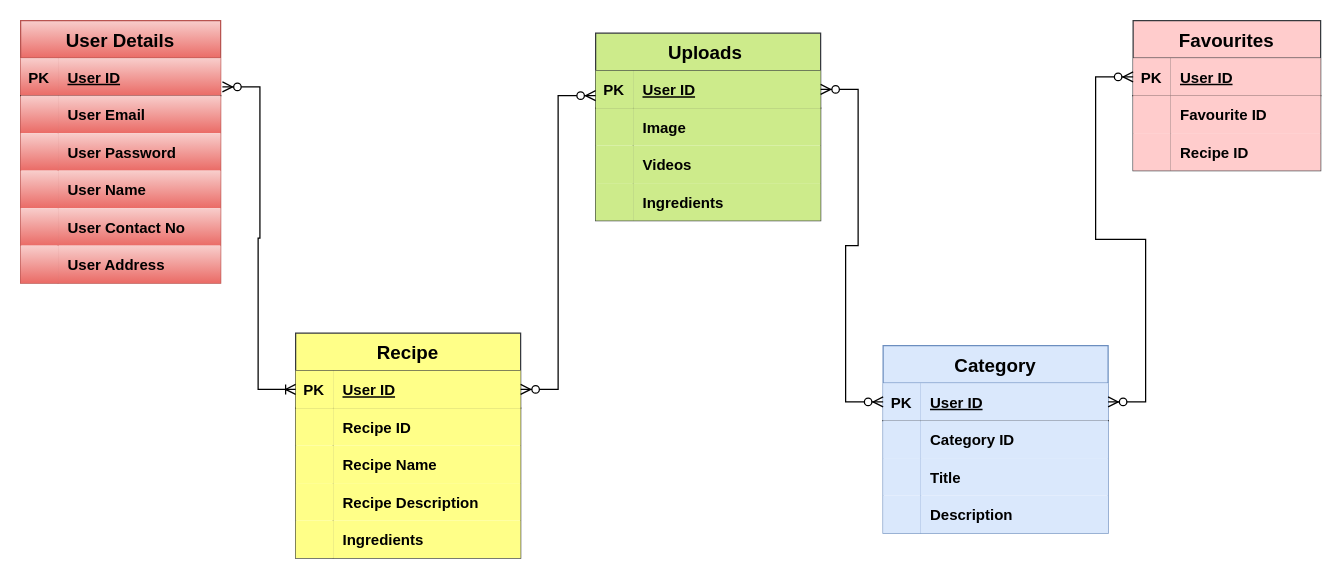
Before: Untitled Diagram.drawio in Athot/Athot, a draw.io diagram. Source tidied: cells renumbered, new cells numbered last; positions are measured from the earlier drawing's top-left corner, leaving out a move shared by most shapes. Both pictures are drawn from the tidied source at 125%, with x=0, y=0 at pixel (20, 20).
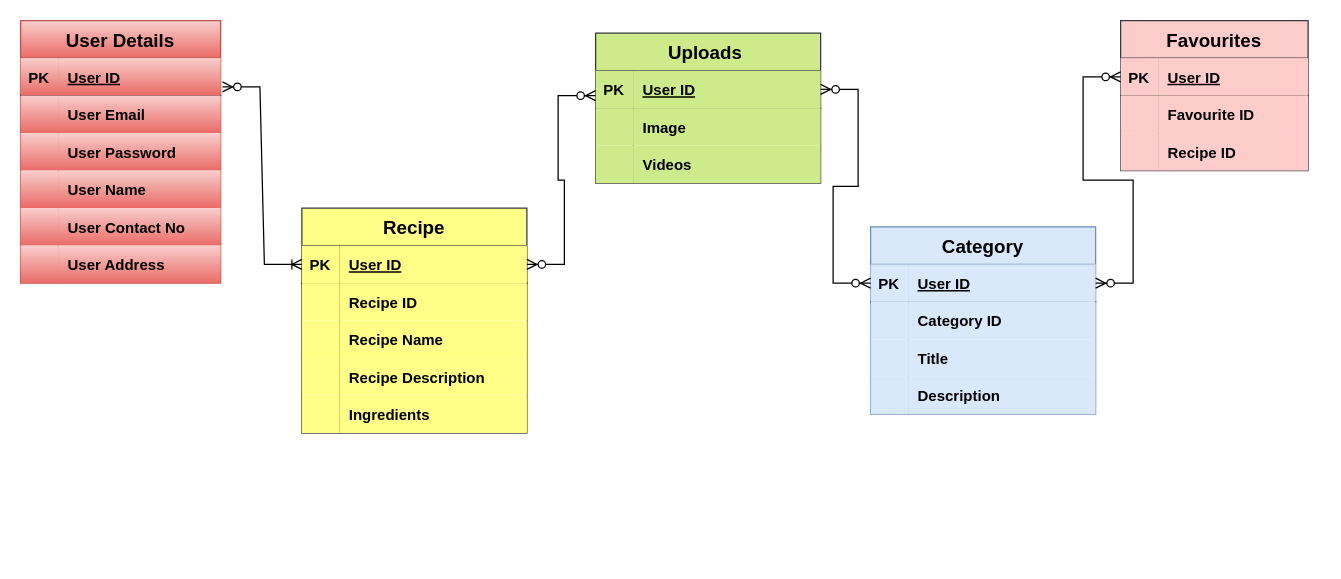
The same diagram, later.

What changed in the source:
```diff
@@
     <mxCell id="21" value="Recipe" style="shape=table;startSize=30;childLayout=tableLayout;rowLines=0;fontStyle=1;align=center;fillColor=#ffff88;strokeColor=#36393d;fontSize=15;" parent="1" vertex="1">
-      <mxGeometry x="220" y="250" width="180" height="180" as="geometry" />
+      <mxGeometry x="225" y="150" width="180" height="180" as="geometry" />
     </mxCell>
@@
     <mxCell id="37" value="Category" style="shape=table;startSize=30;childLayout=tableLayout;rowLines=0;fontStyle=1;align=center;fillColor=#dae8fc;strokeColor=#6c8ebf;fontSize=15;" parent="1" vertex="1">
-      <mxGeometry x="690" y="260" width="180" height="150" as="geometry" />
+      <mxGeometry x="680" y="165" width="180" height="150" as="geometry" />
     </mxCell>
@@
     <mxCell id="50" value="Uploads " style="shape=table;startSize=30;childLayout=tableLayout;rowLines=0;fontStyle=1;align=center;fillColor=#cdeb8b;strokeColor=#36393d;fontSize=15;" parent="1" vertex="1">
-      <mxGeometry x="460" y="10" width="180" height="150" as="geometry" />
+      <mxGeometry x="460" y="10" width="180" height="120" as="geometry" />
     </mxCell>
@@
-    <mxCell id="60" style="shape=tableRow;horizontal=0;startSize=0;swimlaneHead=0;swimlaneBody=0;fillColor=none;top=0;left=0;right=0;bottom=0;" parent="50" vertex="1">
-      <mxGeometry y="120" width="180" height="30" as="geometry" />
-    </mxCell>
-    <mxCell id="61" style="shape=partialRectangle;fillColor=#cdeb8b;top=0;left=0;bottom=0;right=0;overflow=hidden;strokeColor=#36393d;" parent="60" vertex="1">
-      <mxGeometry width="30" height="30" as="geometry" />
-    </mxCell>
-    <mxCell id="62" value="Ingredients " style="shape=partialRectangle;fillColor=#cdeb8b;top=0;left=0;bottom=0;right=0;align=left;spacingLeft=6;overflow=hidden;strokeColor=#36393d;fontStyle=1;" parent="60" vertex="1">
-      <mxGeometry x="30" width="150" height="30" as="geometry" />
-    </mxCell>
     <mxCell id="63" value="Favourites" style="shape=table;startSize=30;childLayout=tableLayout;rowLines=0;fontStyle=1;align=center;fillColor=#ffcccc;strokeColor=#36393d;fontSize=15;" parent="1" vertex="1">
-      <mxGeometry x="890" width="150" height="120" as="geometry" />
+      <mxGeometry x="880" width="150" height="120" as="geometry" />
     </mxCell>
```
